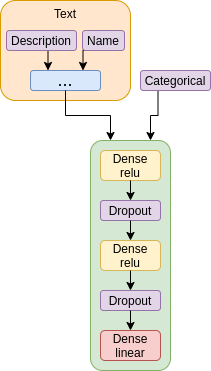
Before: report/modelTemplate.png, a diagram exported from draw.io (rpo19/MercariPriceSuggestionChallenge). Source tidied: cells renumbered, new cells last; positions are measured from the earlier drawing's top-left corner, leaving out a move shared by most shapes. Its diagram source:
```xml
<mxGraphModel>
  <root>
    <mxCell id="0" />
    <mxCell id="1" parent="0" />
    <mxCell id="2" value="Text" style="rounded=1;whiteSpace=wrap;html=1;fillColor=#ffe6cc;strokeColor=#d79b00;verticalAlign=top;align=center;labelPosition=center;verticalLabelPosition=middle;" parent="1" vertex="1">
      <mxGeometry width="130" height="100" as="geometry" />
    </mxCell>
    <mxCell id="3" style="rounded=1;whiteSpace=wrap;html=1;fillColor=#d5e8d4;strokeColor=#82b366;" parent="1" vertex="1">
      <mxGeometry x="90" y="140" width="80" height="230" as="geometry" />
    </mxCell>
    <mxCell id="4" value="Dense&lt;br&gt;relu" style="rounded=1;whiteSpace=wrap;html=1;fillColor=#fff2cc;strokeColor=#d6b656;" parent="1" vertex="1">
      <mxGeometry x="100" y="150" width="60" height="30" as="geometry" />
    </mxCell>
    <mxCell id="5" value="Dense&lt;br&gt;relu" style="rounded=1;whiteSpace=wrap;html=1;fillColor=#fff2cc;strokeColor=#d6b656;" parent="1" vertex="1">
      <mxGeometry x="100" y="240" width="60" height="30" as="geometry" />
    </mxCell>
    <mxCell id="6" value="Dropout" style="rounded=1;whiteSpace=wrap;html=1;fillColor=#e1d5e7;strokeColor=#9673a6;" parent="1" vertex="1">
      <mxGeometry x="100" y="200" width="60" height="20" as="geometry" />
    </mxCell>
    <mxCell id="7" style="endArrow=classic;html=1;exitX=0.5;exitY=1;exitDx=0;exitDy=0;entryX=0.5;entryY=0;entryDx=0;entryDy=0;" parent="1" edge="1" source="4" target="6">
      <mxGeometry relative="1" as="geometry" />
    </mxCell>
    <mxCell id="8" style="endArrow=classic;html=1;exitX=0.5;exitY=1;exitDx=0;exitDy=0;entryX=0.5;entryY=0;entryDx=0;entryDy=0;" parent="1" edge="1" source="6" target="5">
      <mxGeometry relative="1" as="geometry" />
    </mxCell>
    <mxCell id="9" value="Dropout" style="rounded=1;whiteSpace=wrap;html=1;fillColor=#e1d5e7;strokeColor=#9673a6;" parent="1" vertex="1">
      <mxGeometry x="100" y="290" width="60" height="20" as="geometry" />
    </mxCell>
    <mxCell id="10" style="endArrow=classic;html=1;exitX=0.5;exitY=1;exitDx=0;exitDy=0;entryX=0.5;entryY=0;entryDx=0;entryDy=0;" parent="1" edge="1" source="5" target="9">
      <mxGeometry relative="1" as="geometry" />
    </mxCell>
    <mxCell id="11" value="Dense&lt;br&gt;linear" style="rounded=1;whiteSpace=wrap;html=1;fillColor=#f8cecc;strokeColor=#b85450;" parent="1" vertex="1">
      <mxGeometry x="100" y="330" width="60" height="30" as="geometry" />
    </mxCell>
    <mxCell id="12" style="endArrow=classic;html=1;exitX=0.5;exitY=1;exitDx=0;exitDy=0;entryX=0.5;entryY=0;entryDx=0;entryDy=0;" parent="1" edge="1" source="9" target="11">
      <mxGeometry relative="1" as="geometry" />
    </mxCell>
    <mxCell id="13" style="edgeStyle=orthogonalEdgeStyle;rounded=0;jettySize=auto;html=1;exitX=0.25;exitY=1;exitDx=0;exitDy=0;entryX=0.75;entryY=0;entryDx=0;entryDy=0;" parent="1" edge="1" source="14" target="3">
      <mxGeometry relative="1" as="geometry" />
    </mxCell>
    <mxCell id="14" value="Categorical" style="rounded=1;whiteSpace=wrap;html=1;fillColor=#e1d5e7;strokeColor=#9673a6;" parent="1" vertex="1">
      <mxGeometry x="140" y="70" width="70" height="20" as="geometry" />
    </mxCell>
    <mxCell id="15" style="edgeStyle=orthogonalEdgeStyle;rounded=0;jettySize=auto;html=1;exitX=0.5;exitY=1;exitDx=0;exitDy=0;entryX=0.25;entryY=0;entryDx=0;entryDy=0;" parent="1" edge="1" source="16" target="19">
      <mxGeometry relative="1" as="geometry" />
    </mxCell>
    <mxCell id="16" value="Description" style="rounded=1;whiteSpace=wrap;html=1;fillColor=#e1d5e7;strokeColor=#9673a6;" parent="1" vertex="1">
      <mxGeometry x="6" y="30" width="70" height="20" as="geometry" />
    </mxCell>
    <mxCell id="17" style="edgeStyle=orthogonalEdgeStyle;rounded=0;jettySize=auto;html=1;exitX=0.25;exitY=1;exitDx=0;exitDy=0;entryX=0.75;entryY=0;entryDx=0;entryDy=0;" parent="1" edge="1" source="18" target="19">
      <mxGeometry relative="1" as="geometry" />
    </mxCell>
    <mxCell id="18" value="Name" style="rounded=1;whiteSpace=wrap;html=1;fillColor=#e1d5e7;strokeColor=#9673a6;" parent="1" vertex="1">
      <mxGeometry x="82" y="30" width="42" height="20" as="geometry" />
    </mxCell>
    <mxCell id="19" value="..." style="rounded=1;whiteSpace=wrap;html=1;align=center;fillColor=#dae8fc;strokeColor=#6c8ebf;fontSize=18;" parent="1" vertex="1">
      <mxGeometry x="30" y="70" width="70" height="20" as="geometry" />
    </mxCell>
    <mxCell id="20" style="edgeStyle=orthogonalEdgeStyle;rounded=0;jettySize=auto;html=1;exitX=0.5;exitY=1;exitDx=0;exitDy=0;entryX=0.25;entryY=0;entryDx=0;entryDy=0;" parent="1" edge="1" source="19" target="3">
      <mxGeometry relative="1" as="geometry" />
    </mxCell>
  </root>
</mxGraphModel>
```
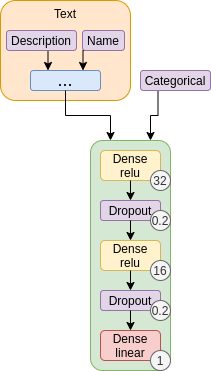
After the commit.

Diff of the diagram source:
```diff
@@ -59,5 +59,20 @@
     <mxCell id="20" style="edgeStyle=orthogonalEdgeStyle;rounded=0;jettySize=auto;html=1;exitX=0.5;exitY=1;exitDx=0;exitDy=0;entryX=0.25;entryY=0;entryDx=0;entryDy=0;" parent="1" edge="1" source="19" target="3">
       <mxGeometry relative="1" as="geometry" />
     </mxCell>
+    <mxCell id="21" value="32" style="ellipse;whiteSpace=wrap;html=1;fillColor=#f5f5f5;strokeColor=#666666;fontColor=#333333;" parent="1" vertex="1">
+      <mxGeometry x="150" y="170" width="20" height="20" as="geometry" />
+    </mxCell>
+    <mxCell id="22" value="16" style="ellipse;whiteSpace=wrap;html=1;fillColor=#f5f5f5;strokeColor=#666666;fontColor=#333333;" parent="1" vertex="1">
+      <mxGeometry x="150" y="260" width="20" height="20" as="geometry" />
+    </mxCell>
+    <mxCell id="23" value="0.2" style="ellipse;whiteSpace=wrap;html=1;fillColor=#f5f5f5;strokeColor=#666666;fontColor=#333333;" parent="1" vertex="1">
+      <mxGeometry x="150" y="210" width="20" height="20" as="geometry" />
+    </mxCell>
+    <mxCell id="24" value="0.2" style="ellipse;whiteSpace=wrap;html=1;fillColor=#f5f5f5;strokeColor=#666666;fontColor=#333333;" parent="1" vertex="1">
+      <mxGeometry x="150" y="300" width="20" height="20" as="geometry" />
+    </mxCell>
+    <mxCell id="25" value="1" style="ellipse;whiteSpace=wrap;html=1;fillColor=#f5f5f5;strokeColor=#666666;fontColor=#333333;" parent="1" vertex="1">
+      <mxGeometry x="150" y="350" width="20" height="20" as="geometry" />
+    </mxCell>
   </root>
 </mxGraphModel>
```
